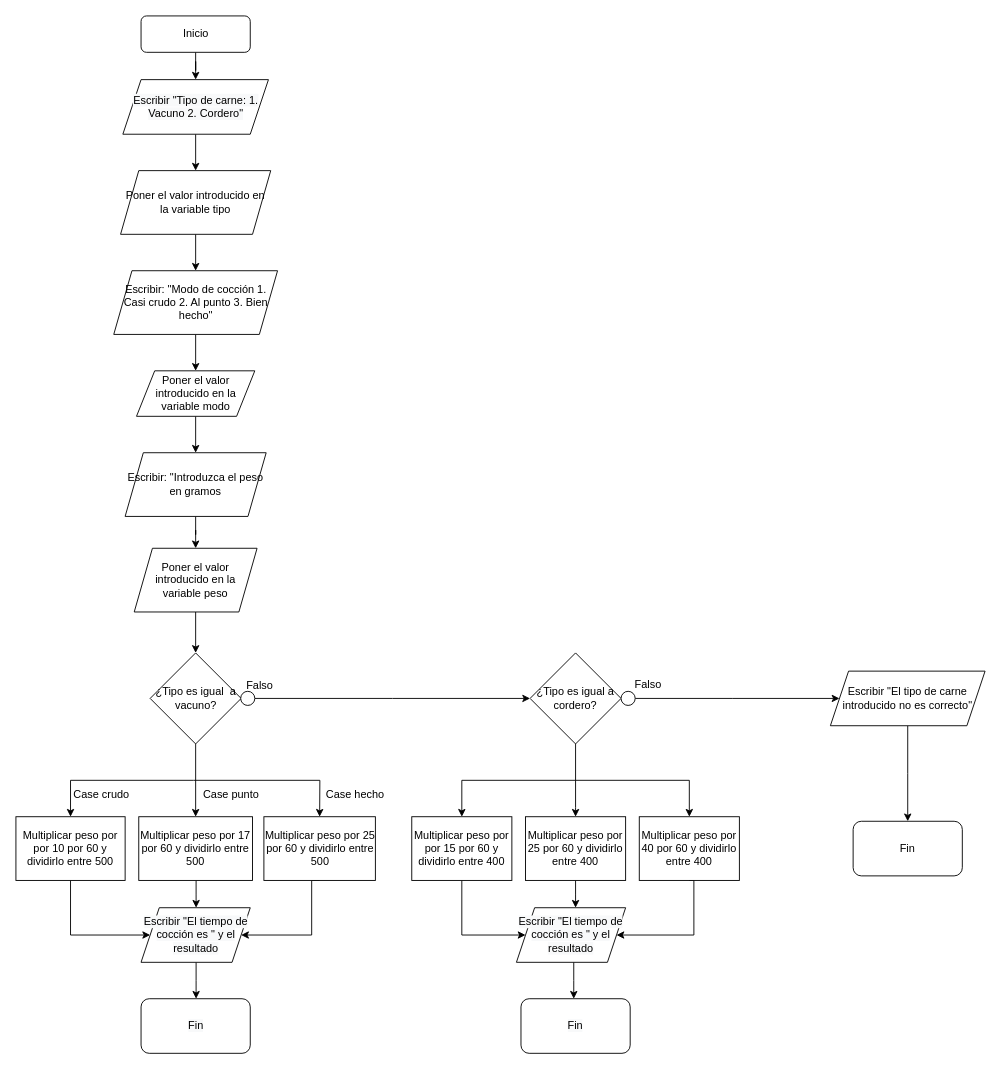
This is Diagramas de flujo/tiempococcion.drawio from Fmejias03/LosCondicionales, a draw.io file, before an edit. Source tidied: cells renumbered, new cells numbered last; positions are measured from the earlier drawing's top-left corner, leaving out a move shared by most shapes. Both pictures are drawn from the tidied source at 91%, with x=0, y=0 at pixel (15, 15).
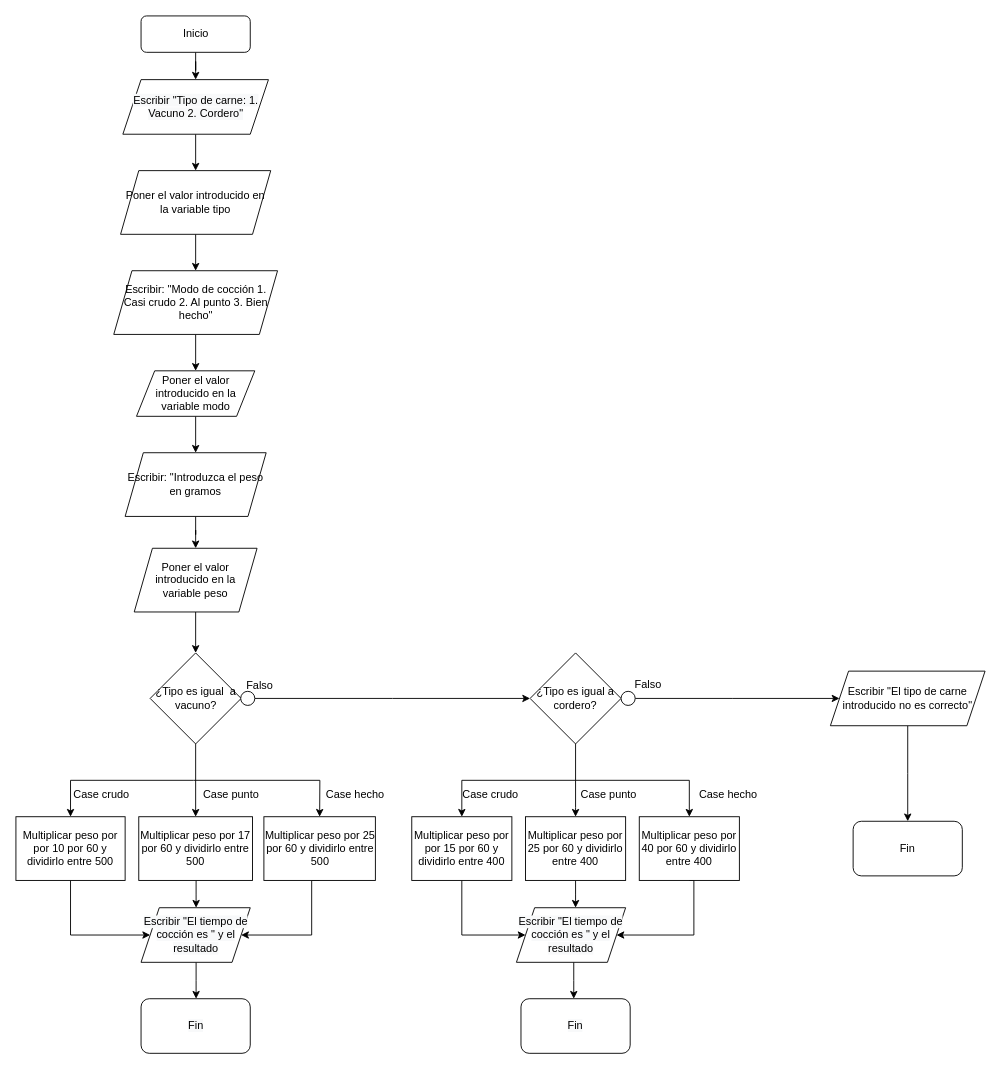
The same diagram, later.

Change to the diagram source:
```diff
@@
+    <mxCell id="54" value="Case crudo" style="text;strokeColor=none;fillColor=none;align=left;verticalAlign=middle;spacingLeft=4;spacingRight=4;overflow=hidden;" parent="1" vertex="1">
+      <mxGeometry x="485" y="840" width="80" height="30" as="geometry" />
+    </mxCell>
+    <mxCell id="55" value="Case punto" style="text;strokeColor=none;fillColor=none;align=left;verticalAlign=middle;spacingLeft=4;spacingRight=4;overflow=hidden;" parent="1" vertex="1">
+      <mxGeometry x="615" y="840" width="80" height="30" as="geometry" />
+    </mxCell>
+    <mxCell id="56" value="Case hecho" style="text;strokeColor=none;fillColor=none;align=left;verticalAlign=middle;spacingLeft=4;spacingRight=4;overflow=hidden;" parent="1" vertex="1">
+      <mxGeometry x="745" y="840" width="80" height="30" as="geometry" />
+    </mxCell>
```
